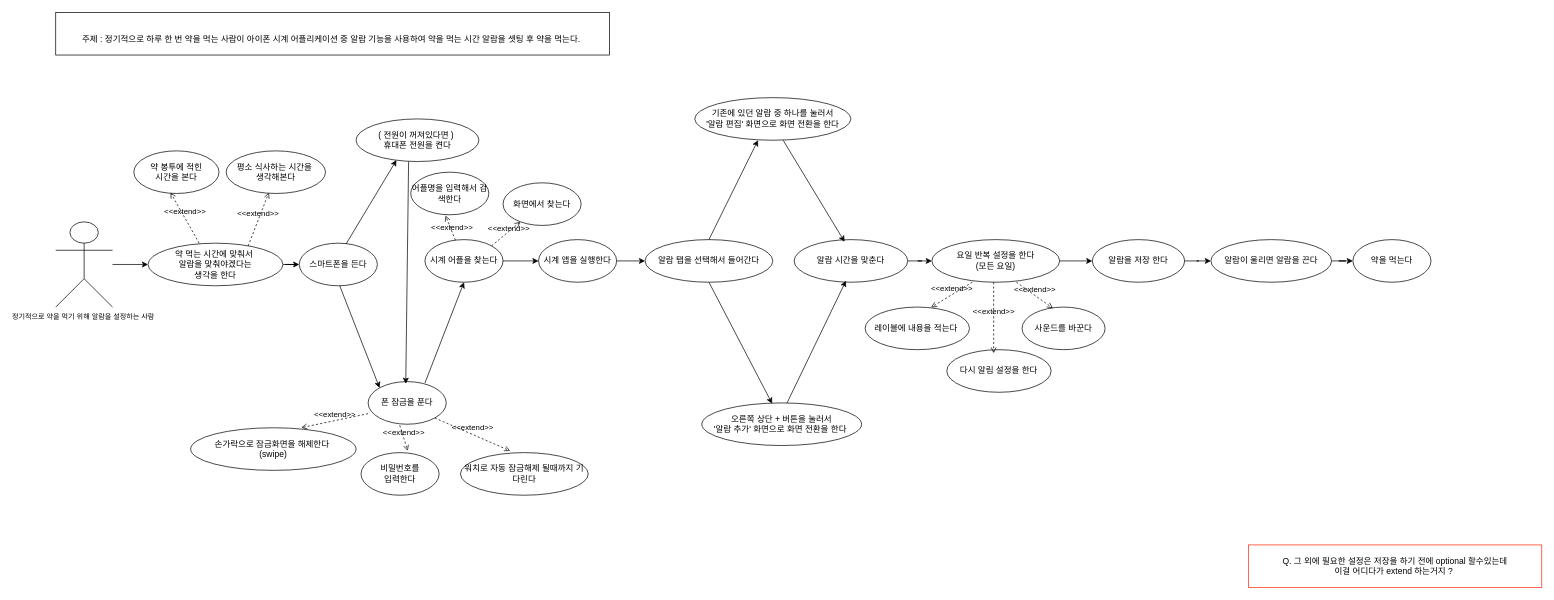
This is usecase_diagram/alarm_application(0829).drawio from Jin-bright/diagram_study, a draw.io file, before an edit. Source tidied: cells renumbered, new cells numbered last; positions are measured from the earlier drawing's top-left corner, leaving out a move shared by most shapes. Both pictures are drawn from the tidied source at 71%, with x=0, y=0 at pixel (55, 12).
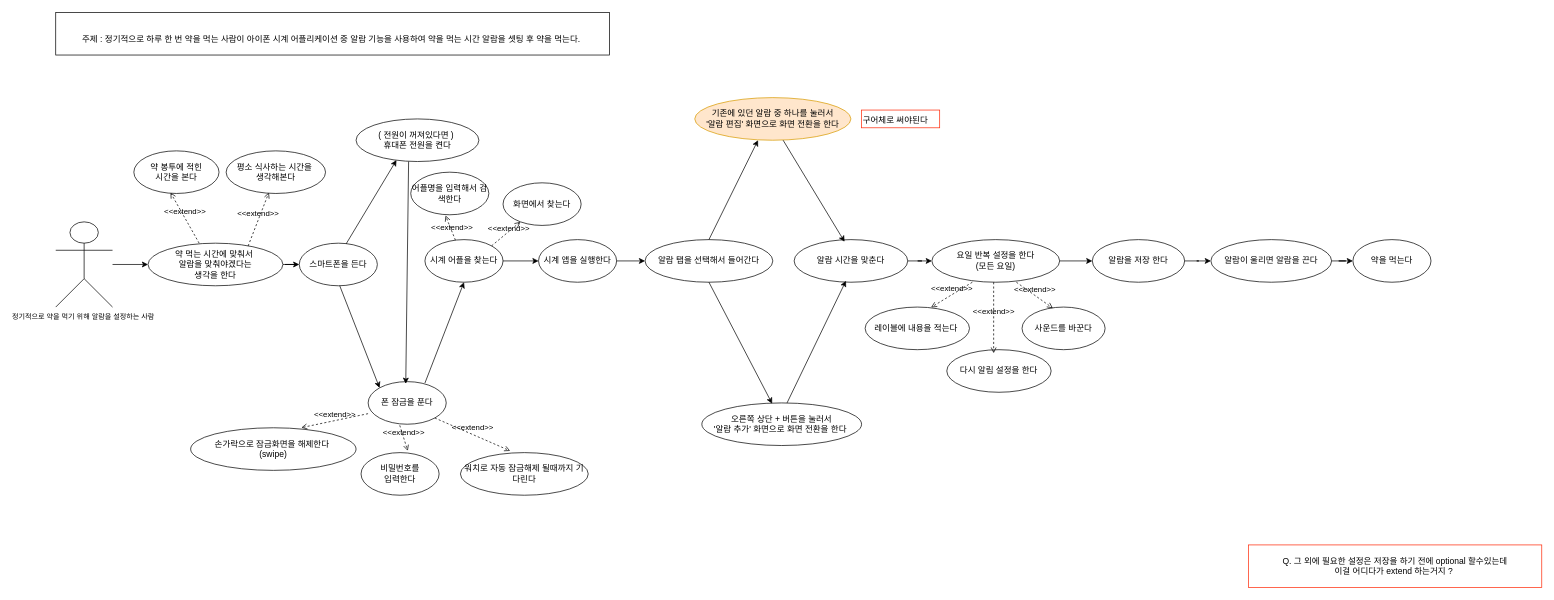
The same diagram, later.

Change to the diagram source:
```diff
@@
-    <mxCell id="8" value="기존에 있던 알람 중 하나를 눌러서 &lt;br&gt;'알람 편집'&amp;nbsp;화면으로 화면 전환을 한다" style="ellipse;whiteSpace=wrap;html=1;" parent="1" vertex="1">
+    <mxCell id="8" value="기존에 있던 알람 중 하나를 눌러서 &lt;br&gt;'알람 편집'&amp;nbsp;화면으로 화면 전환을 한다" style="ellipse;whiteSpace=wrap;html=1;fillColor=#ffe6cc;strokeColor=#d79b00;" parent="1" vertex="1">
       <mxGeometry x="900" y="120" width="220" height="60" as="geometry" />
     </mxCell>
@@
+    <mxCell id="55" value="&lt;div style=&quot;text-align: center;&quot;&gt;구어체로 써야된다&amp;nbsp;&lt;/div&gt;" style="text;whiteSpace=wrap;html=1;strokeColor=#FF2908;" parent="1" vertex="1">
+      <mxGeometry x="1135" y="137.5" width="110" height="25" as="geometry" />
+    </mxCell>
```
